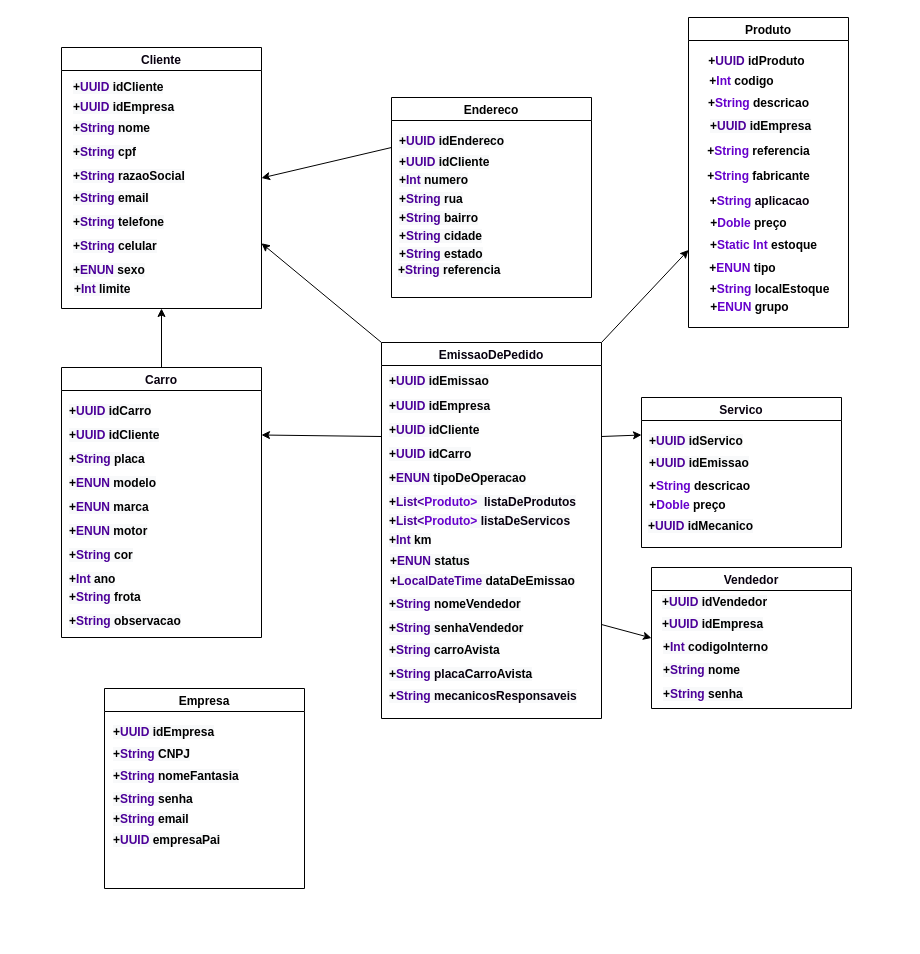
The draw.io diagram modelagem.drawio in wakander-joan/Gestor-mecone, before the edit. Source tidied: cells renumbered, new cells numbered last; positions are measured from the earlier drawing's top-left corner, leaving out a move shared by most shapes. Both pictures are drawn from the tidied source at 100%, with x=0, y=0 at pixel (61, 17).
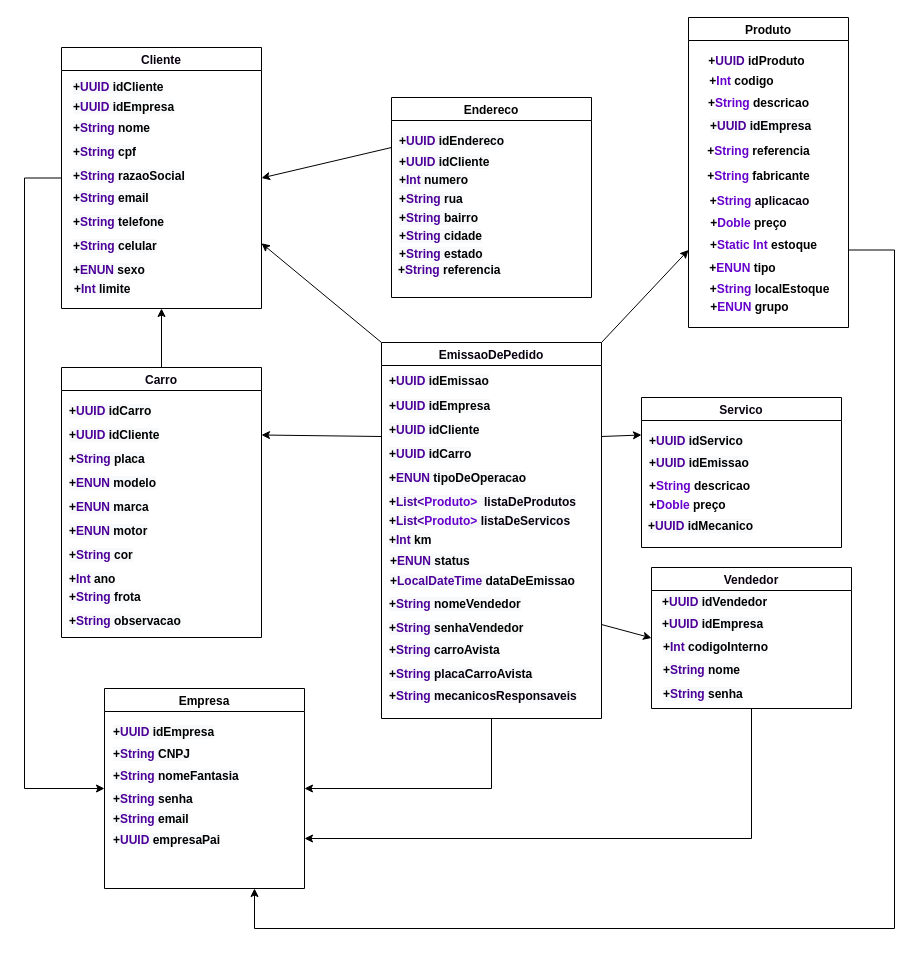
After the change.

Unchanged cells that the change refers to:
```xml
<mxCell id="3" value="Produto" style="swimlane;fontStyle=1;" parent="2" vertex="1">
  <mxGeometry x="7" width="160" height="310" as="geometry" />
</mxCell>
<mxCell id="16" value="Cliente" style="swimlane;fontColor=#08000F;" parent="1" vertex="1">
  <mxGeometry y="30" width="200" height="261" as="geometry" />
</mxCell>
<mxCell id="53" value="EmissaoDePedido" style="swimlane;fontColor=#08000F;" parent="1" vertex="1">
  <mxGeometry x="320" y="325" width="220" height="376" as="geometry" />
</mxCell>
<mxCell id="62" value="Vendedor" style="swimlane;fontColor=#08000F;" parent="1" vertex="1">
  <mxGeometry x="590" y="550" width="200" height="141" as="geometry" />
</mxCell>
<mxCell id="70" value="Empresa" style="swimlane;" parent="1" vertex="1">
  <mxGeometry x="43" y="671" width="200" height="200" as="geometry" />
</mxCell>
```

The edit, as a diff of the source:
```diff
@@
+    <mxCell id="90" style="edgeStyle=orthogonalEdgeStyle;rounded=0;jettySize=auto;html=1;exitX=0;exitY=0.5;exitDx=0;exitDy=0;entryX=0;entryY=0.5;entryDx=0;entryDy=0;" parent="1" edge="1" source="16" target="70">
+      <mxGeometry relative="1" as="geometry">
+        <Array as="points">
+          <mxPoint x="-37" y="161" />
+          <mxPoint x="-37" y="771" />
+        </Array>
+      </mxGeometry>
+    </mxCell>
@@
+    <mxCell id="91" style="edgeStyle=orthogonalEdgeStyle;rounded=0;jettySize=auto;html=1;exitX=0.5;exitY=1;exitDx=0;exitDy=0;entryX=1;entryY=0.5;entryDx=0;entryDy=0;" parent="1" edge="1" source="53" target="70">
+      <mxGeometry relative="1" as="geometry" />
+    </mxCell>
@@
+    <mxCell id="92" style="edgeStyle=orthogonalEdgeStyle;rounded=0;jettySize=auto;html=1;exitX=0.5;exitY=1;exitDx=0;exitDy=0;entryX=1;entryY=0.75;entryDx=0;entryDy=0;" parent="1" edge="1" source="62" target="70">
+      <mxGeometry relative="1" as="geometry" />
+    </mxCell>
@@
+    <mxCell id="93" style="edgeStyle=orthogonalEdgeStyle;rounded=0;jettySize=auto;html=1;exitX=1;exitY=0.75;exitDx=0;exitDy=0;entryX=0.75;entryY=1;entryDx=0;entryDy=0;" parent="1" edge="1" source="3" target="70">
+      <mxGeometry relative="1" as="geometry">
+        <Array as="points">
+          <mxPoint x="833" y="233" />
+          <mxPoint x="833" y="911" />
+          <mxPoint x="193" y="911" />
+        </Array>
+      </mxGeometry>
+    </mxCell>
```
